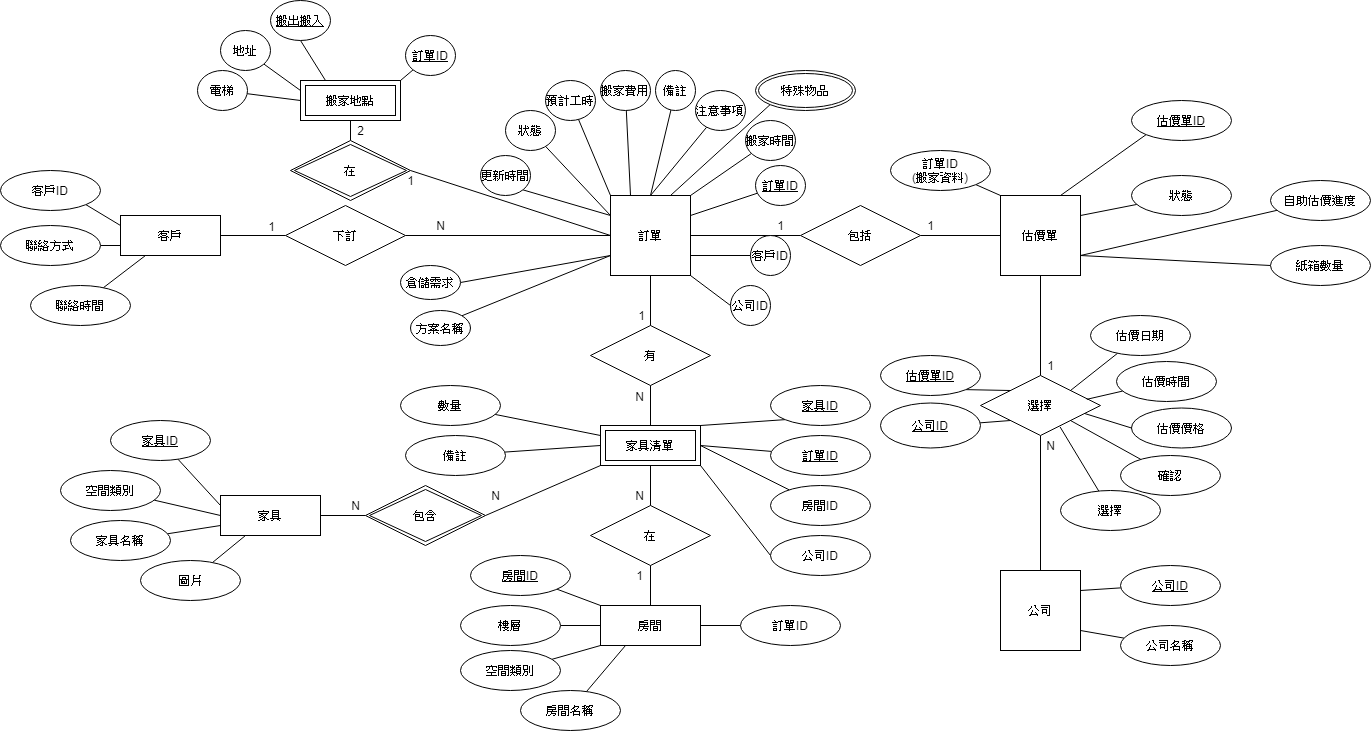
Before: ERD/訂單.png, a diagram exported from draw.io (amytina1998/movingPHP). Source tidied: cells renumbered, new cells last; positions are measured from the earlier drawing's top-left corner, leaving out a move shared by most shapes.
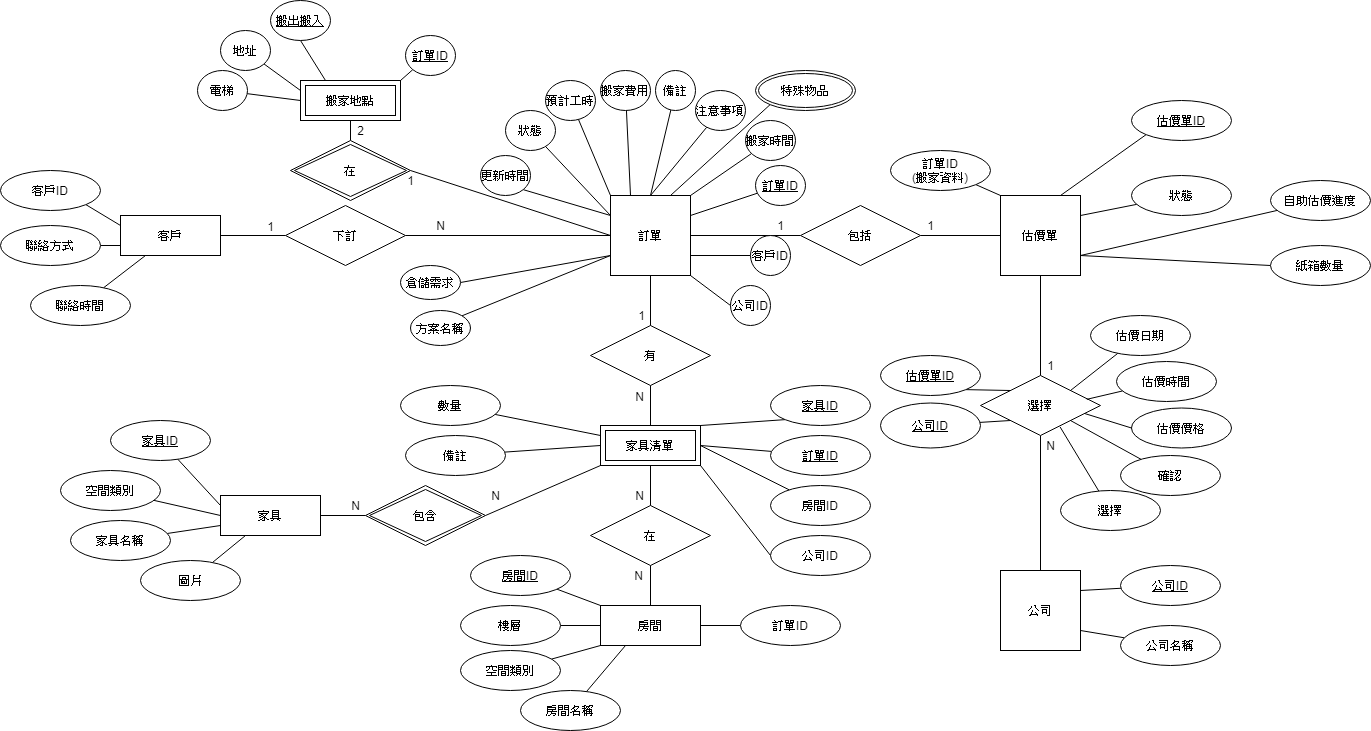
After the commit.

Change to the diagram source:
```diff
@@ -69,7 +69,7 @@
     <mxCell id="21" style="endArrow=none;html=1;rounded=0;exitX=0.5;exitY=0;exitDx=0;exitDy=0;entryX=0.5;entryY=1;entryDx=0;entryDy=0;" parent="1" edge="1" source="7" target="14">
       <mxGeometry relative="1" as="geometry" />
     </mxCell>
-    <mxCell id="22" value="1" style="html=1;align=right;verticalAlign=bottom;" parent="21" vertex="1">
+    <mxCell id="22" value="N" style="html=1;align=right;verticalAlign=bottom;" parent="21" vertex="1">
       <mxGeometry x="1" relative="1" as="geometry">
         <mxPoint x="-7" y="19" as="offset" />
       </mxGeometry>
```
